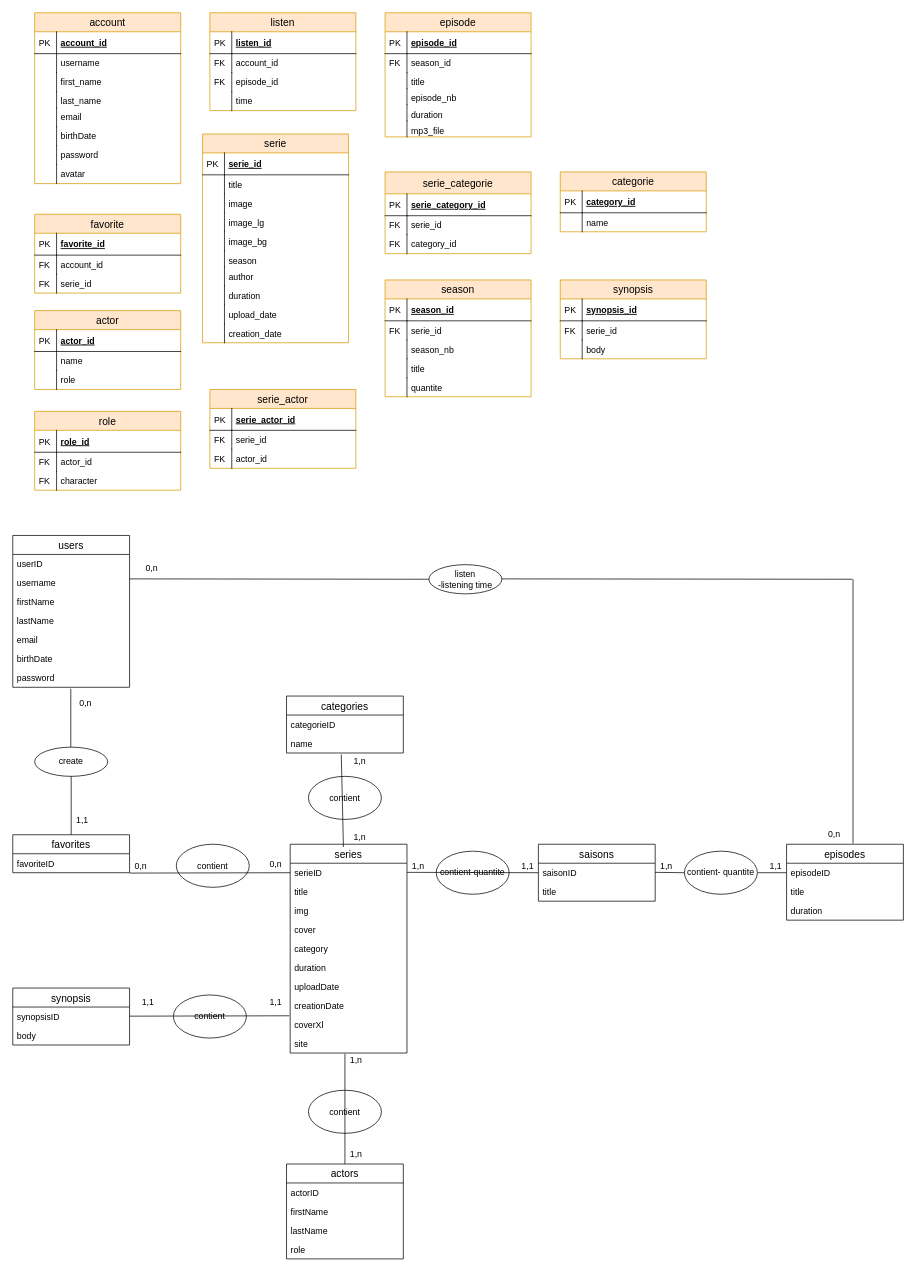
Earlier version of the draw.io diagram conception/MCD-MLD/MCD-MLDwaventure.drawio (BorisJerrar/Waventure). Source tidied: cells renumbered, new cells numbered last; positions are measured from the earlier drawing's top-left corner, leaving out a move shared by most shapes. Both pictures are drawn from the tidied source at 73%, with x=0, y=0 at pixel (12, 12).
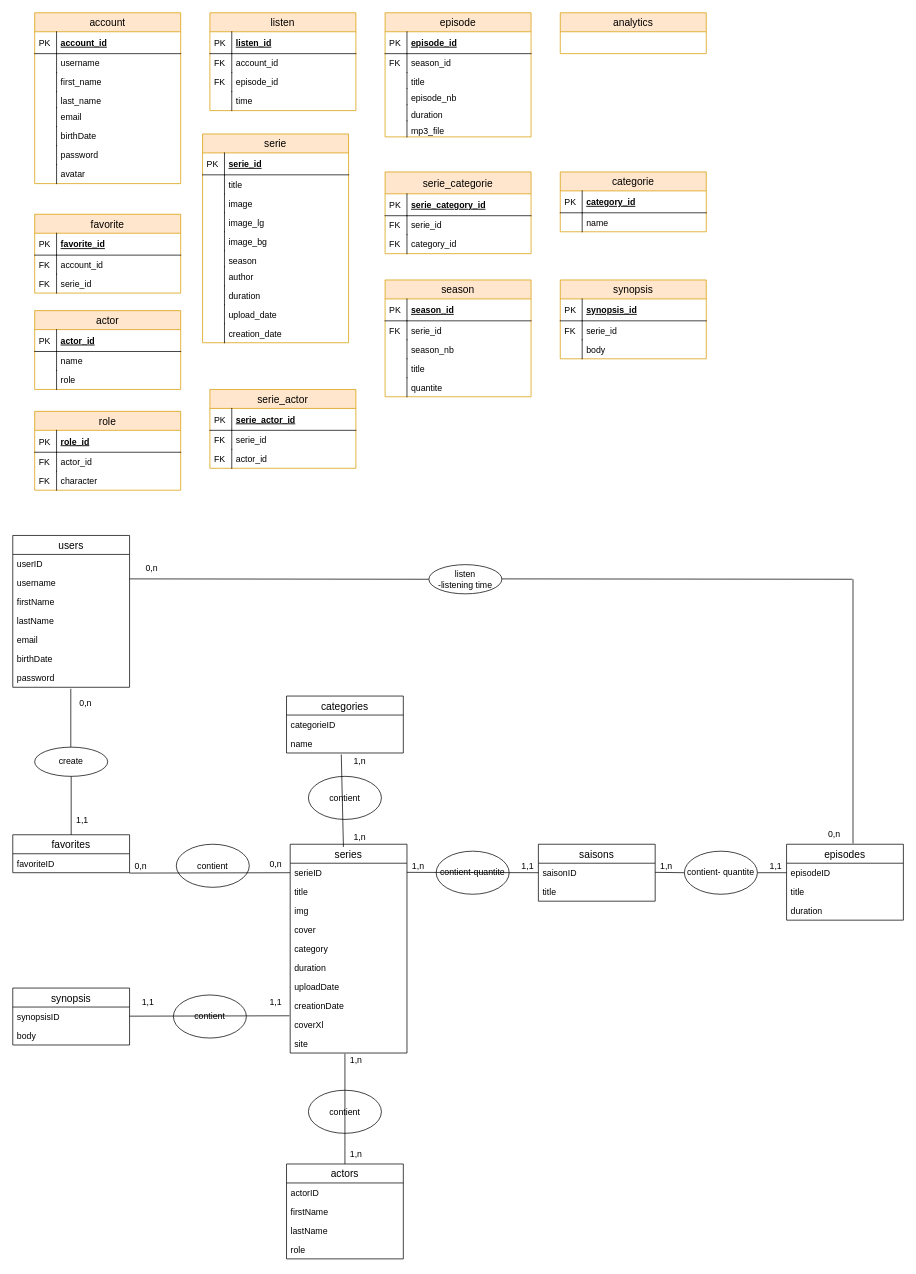
The same page after the edit.

The edit, as a diff of the source:
```diff
@@
+    <mxCell id="195" value="analytics" style="swimlane;fontStyle=0;horizontal=1;startSize=26;align=center;fontSize=14;strokeWidth=1;fillColor=#ffe6cc;strokeColor=#d79b00;" parent="1" vertex="1">
+      <mxGeometry x="750" width="200" height="56" as="geometry" />
+    </mxCell>
```
